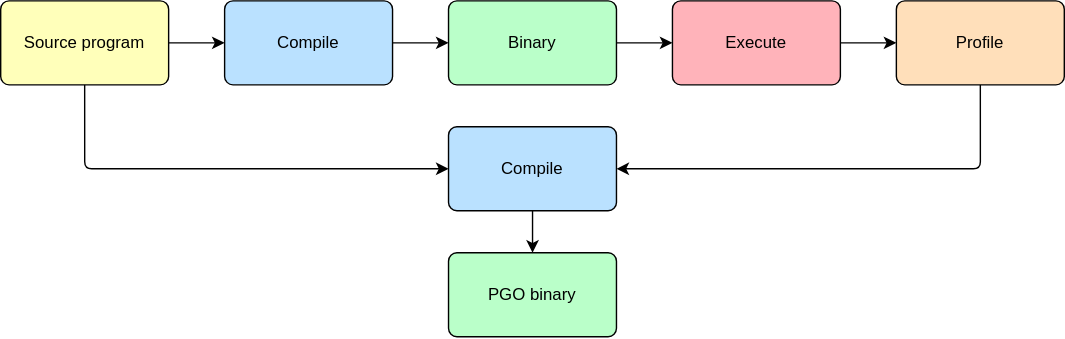
The draw.io diagram public/images/pgo/pgo7.svg in zBION1C/phd_presentation, before a commit. Source tidied: cells renumbered, new cells last; positions are measured from the earlier drawing's top-left corner, leaving out a move shared by most shapes. Its diagram source:
```xml
<mxGraphModel>
  <root>
    <mxCell id="0" />
    <mxCell id="1" parent="0" />
    <mxCell id="2" style="edgeStyle=orthogonalEdgeStyle;rounded=0;jettySize=auto;html=1;" parent="1" edge="1" source="4" target="6">
      <mxGeometry relative="1" as="geometry" />
    </mxCell>
    <mxCell id="3" style="edgeStyle=orthogonalEdgeStyle;rounded=1;jettySize=auto;html=1;exitX=0.5;exitY=1;exitDx=0;exitDy=0;entryX=0;entryY=0.5;entryDx=0;entryDy=0;strokeColor=default;align=center;verticalAlign=middle;arcSize=10;fontFamily=Helvetica;fontSize=12;fontColor=default;labelBackgroundColor=default;endArrow=classic;fillColor=#BAFFC9;" parent="1" edge="1" source="4" target="14">
      <mxGeometry relative="1" as="geometry" />
    </mxCell>
    <mxCell id="4" value="Source program" style="rounded=1;whiteSpace=wrap;html=1;arcSize=10;strokeColor=default;align=center;verticalAlign=middle;fontFamily=Helvetica;fontSize=12;fontColor=default;fillColor=#FFFFBA;fillOpacity=100;strokeOpacity=100;" parent="1" vertex="1">
      <mxGeometry width="120" height="60" as="geometry" />
    </mxCell>
    <mxCell id="5" style="edgeStyle=orthogonalEdgeStyle;rounded=0;jettySize=auto;html=1;" parent="1" edge="1" source="6" target="8">
      <mxGeometry relative="1" as="geometry" />
    </mxCell>
    <mxCell id="6" value="Compile" style="rounded=1;whiteSpace=wrap;html=1;arcSize=10;align=center;verticalAlign=middle;fontFamily=Helvetica;fontSize=12;fillOpacity=100;strokeOpacity=100;fillColor=#BAE1FF;" parent="1" vertex="1">
      <mxGeometry x="160" width="120" height="60" as="geometry" />
    </mxCell>
    <mxCell id="7" style="edgeStyle=orthogonalEdgeStyle;rounded=0;jettySize=auto;html=1;" parent="1" edge="1" source="8" target="10">
      <mxGeometry relative="1" as="geometry" />
    </mxCell>
    <mxCell id="8" value="Binary" style="rounded=1;whiteSpace=wrap;html=1;arcSize=10;strokeColor=default;align=center;verticalAlign=middle;fontFamily=Helvetica;fontSize=12;fontColor=default;fillColor=#BAFFC9;fillOpacity=100;strokeOpacity=100;" parent="1" vertex="1">
      <mxGeometry x="320" width="120" height="60" as="geometry" />
    </mxCell>
    <mxCell id="9" style="edgeStyle=orthogonalEdgeStyle;rounded=0;jettySize=auto;html=1;" parent="1" edge="1" source="10" target="12">
      <mxGeometry relative="1" as="geometry" />
    </mxCell>
    <mxCell id="10" value="Execute" style="rounded=1;whiteSpace=wrap;html=1;arcSize=10;strokeColor=default;align=center;verticalAlign=middle;fontFamily=Helvetica;fontSize=12;fontColor=default;fillColor=#FFB3BA;fillOpacity=100;strokeOpacity=100;" parent="1" vertex="1">
      <mxGeometry x="480" width="120" height="60" as="geometry" />
    </mxCell>
    <mxCell id="11" style="edgeStyle=orthogonalEdgeStyle;rounded=1;jettySize=auto;html=1;exitX=0.5;exitY=1;exitDx=0;exitDy=0;entryX=1;entryY=0.5;entryDx=0;entryDy=0;strokeColor=default;align=center;verticalAlign=middle;arcSize=10;fontFamily=Helvetica;fontSize=12;fontColor=default;fillColor=#BAFFC9;" parent="1" edge="1" source="12" target="14">
      <mxGeometry relative="1" as="geometry" />
    </mxCell>
    <mxCell id="12" value="Profile" style="rounded=1;whiteSpace=wrap;html=1;arcSize=10;strokeColor=default;align=center;verticalAlign=middle;fontFamily=Helvetica;fontSize=12;fontColor=default;fillColor=#FFDFBA;fillOpacity=100;strokeOpacity=100;" parent="1" vertex="1">
      <mxGeometry x="640" width="120" height="60" as="geometry" />
    </mxCell>
    <mxCell id="13" style="edgeStyle=orthogonalEdgeStyle;rounded=0;jettySize=auto;html=1;" parent="1" edge="1" source="14" target="15">
      <mxGeometry relative="1" as="geometry" />
    </mxCell>
    <mxCell id="14" value="Compile" style="rounded=1;whiteSpace=wrap;html=1;arcSize=10;strokeColor=default;align=center;verticalAlign=middle;fontFamily=Helvetica;fontSize=12;fontColor=default;fillColor=#BAE1FF;fillOpacity=100;strokeOpacity=100;" parent="1" vertex="1">
      <mxGeometry x="320" y="90" width="120" height="60" as="geometry" />
    </mxCell>
    <mxCell id="15" value="PGO binary" style="rounded=1;whiteSpace=wrap;html=1;arcSize=10;strokeColor=default;align=center;verticalAlign=middle;fontFamily=Helvetica;fontSize=12;fontColor=default;fillColor=#BAFFC9;fillOpacity=100;strokeOpacity=100;" parent="1" vertex="1">
      <mxGeometry x="320" y="180" width="120" height="60" as="geometry" />
    </mxCell>
  </root>
</mxGraphModel>
```
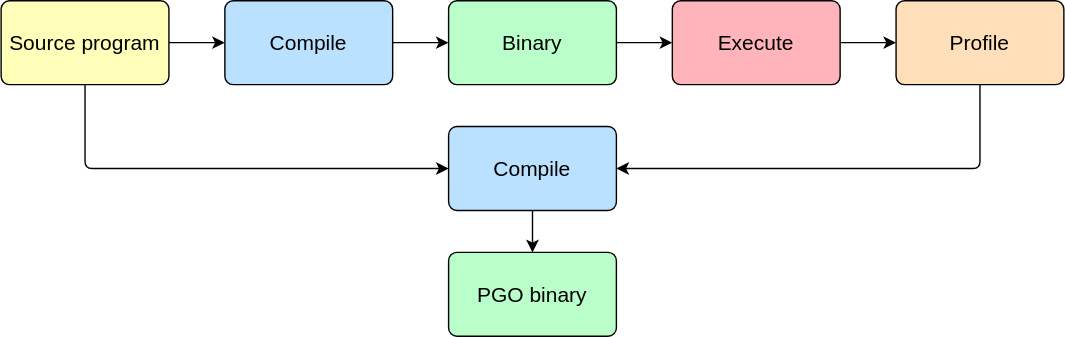
After the change.

Change to the diagram source:
```diff
@@ -2,46 +2,46 @@
   <root>
     <mxCell id="0" />
     <mxCell id="1" parent="0" />
-    <mxCell id="2" style="edgeStyle=orthogonalEdgeStyle;rounded=0;jettySize=auto;html=1;" parent="1" edge="1" source="4" target="6">
+    <mxCell id="2" style="edgeStyle=orthogonalEdgeStyle;rounded=0;jettySize=auto;html=1;fontSize=15;" parent="1" edge="1" source="4" target="6">
       <mxGeometry relative="1" as="geometry" />
     </mxCell>
-    <mxCell id="3" style="edgeStyle=orthogonalEdgeStyle;rounded=1;jettySize=auto;html=1;exitX=0.5;exitY=1;exitDx=0;exitDy=0;entryX=0;entryY=0.5;entryDx=0;entryDy=0;strokeColor=default;align=center;verticalAlign=middle;arcSize=10;fontFamily=Helvetica;fontSize=12;fontColor=default;labelBackgroundColor=default;endArrow=classic;fillColor=#BAFFC9;" parent="1" edge="1" source="4" target="14">
+    <mxCell id="3" style="edgeStyle=orthogonalEdgeStyle;rounded=1;jettySize=auto;html=1;exitX=0.5;exitY=1;exitDx=0;exitDy=0;entryX=0;entryY=0.5;entryDx=0;entryDy=0;strokeColor=default;align=center;verticalAlign=middle;arcSize=10;fontFamily=Helvetica;fontSize=15;fontColor=default;labelBackgroundColor=default;endArrow=classic;fillColor=#BAFFC9;" parent="1" edge="1" source="4" target="14">
       <mxGeometry relative="1" as="geometry" />
     </mxCell>
-    <mxCell id="4" value="Source program" style="rounded=1;whiteSpace=wrap;html=1;arcSize=10;strokeColor=default;align=center;verticalAlign=middle;fontFamily=Helvetica;fontSize=12;fontColor=default;fillColor=#FFFFBA;fillOpacity=100;strokeOpacity=100;" parent="1" vertex="1">
+    <mxCell id="4" value="Source program" style="rounded=1;whiteSpace=wrap;html=1;arcSize=10;strokeColor=default;align=center;verticalAlign=middle;fontFamily=Helvetica;fontSize=15;fontColor=default;fillColor=#FFFFBA;fillOpacity=100;strokeOpacity=100;" parent="1" vertex="1">
       <mxGeometry width="120" height="60" as="geometry" />
     </mxCell>
-    <mxCell id="5" style="edgeStyle=orthogonalEdgeStyle;rounded=0;jettySize=auto;html=1;" parent="1" edge="1" source="6" target="8">
+    <mxCell id="5" style="edgeStyle=orthogonalEdgeStyle;rounded=0;jettySize=auto;html=1;fontSize=15;" parent="1" edge="1" source="6" target="8">
       <mxGeometry relative="1" as="geometry" />
     </mxCell>
-    <mxCell id="6" value="Compile" style="rounded=1;whiteSpace=wrap;html=1;arcSize=10;align=center;verticalAlign=middle;fontFamily=Helvetica;fontSize=12;fillOpacity=100;strokeOpacity=100;fillColor=#BAE1FF;" parent="1" vertex="1">
+    <mxCell id="6" value="Compile" style="rounded=1;whiteSpace=wrap;html=1;arcSize=10;align=center;verticalAlign=middle;fontFamily=Helvetica;fontSize=15;fillOpacity=100;strokeOpacity=100;fillColor=#BAE1FF;" parent="1" vertex="1">
       <mxGeometry x="160" width="120" height="60" as="geometry" />
     </mxCell>
-    <mxCell id="7" style="edgeStyle=orthogonalEdgeStyle;rounded=0;jettySize=auto;html=1;" parent="1" edge="1" source="8" target="10">
+    <mxCell id="7" style="edgeStyle=orthogonalEdgeStyle;rounded=0;jettySize=auto;html=1;fontSize=15;" parent="1" edge="1" source="8" target="10">
       <mxGeometry relative="1" as="geometry" />
     </mxCell>
-    <mxCell id="8" value="Binary" style="rounded=1;whiteSpace=wrap;html=1;arcSize=10;strokeColor=default;align=center;verticalAlign=middle;fontFamily=Helvetica;fontSize=12;fontColor=default;fillColor=#BAFFC9;fillOpacity=100;strokeOpacity=100;" parent="1" vertex="1">
+    <mxCell id="8" value="Binary" style="rounded=1;whiteSpace=wrap;html=1;arcSize=10;strokeColor=default;align=center;verticalAlign=middle;fontFamily=Helvetica;fontSize=15;fontColor=default;fillColor=#BAFFC9;fillOpacity=100;strokeOpacity=100;" parent="1" vertex="1">
       <mxGeometry x="320" width="120" height="60" as="geometry" />
     </mxCell>
-    <mxCell id="9" style="edgeStyle=orthogonalEdgeStyle;rounded=0;jettySize=auto;html=1;" parent="1" edge="1" source="10" target="12">
+    <mxCell id="9" style="edgeStyle=orthogonalEdgeStyle;rounded=0;jettySize=auto;html=1;fontSize=15;" parent="1" edge="1" source="10" target="12">
       <mxGeometry relative="1" as="geometry" />
     </mxCell>
-    <mxCell id="10" value="Execute" style="rounded=1;whiteSpace=wrap;html=1;arcSize=10;strokeColor=default;align=center;verticalAlign=middle;fontFamily=Helvetica;fontSize=12;fontColor=default;fillColor=#FFB3BA;fillOpacity=100;strokeOpacity=100;" parent="1" vertex="1">
+    <mxCell id="10" value="Execute" style="rounded=1;whiteSpace=wrap;html=1;arcSize=10;strokeColor=default;align=center;verticalAlign=middle;fontFamily=Helvetica;fontSize=15;fontColor=default;fillColor=#FFB3BA;fillOpacity=100;strokeOpacity=100;" parent="1" vertex="1">
       <mxGeometry x="480" width="120" height="60" as="geometry" />
     </mxCell>
-    <mxCell id="11" style="edgeStyle=orthogonalEdgeStyle;rounded=1;jettySize=auto;html=1;exitX=0.5;exitY=1;exitDx=0;exitDy=0;entryX=1;entryY=0.5;entryDx=0;entryDy=0;strokeColor=default;align=center;verticalAlign=middle;arcSize=10;fontFamily=Helvetica;fontSize=12;fontColor=default;fillColor=#BAFFC9;" parent="1" edge="1" source="12" target="14">
+    <mxCell id="11" style="edgeStyle=orthogonalEdgeStyle;rounded=1;jettySize=auto;html=1;exitX=0.5;exitY=1;exitDx=0;exitDy=0;entryX=1;entryY=0.5;entryDx=0;entryDy=0;strokeColor=default;align=center;verticalAlign=middle;arcSize=10;fontFamily=Helvetica;fontSize=15;fontColor=default;fillColor=#BAFFC9;" parent="1" edge="1" source="12" target="14">
       <mxGeometry relative="1" as="geometry" />
     </mxCell>
-    <mxCell id="12" value="Profile" style="rounded=1;whiteSpace=wrap;html=1;arcSize=10;strokeColor=default;align=center;verticalAlign=middle;fontFamily=Helvetica;fontSize=12;fontColor=default;fillColor=#FFDFBA;fillOpacity=100;strokeOpacity=100;" parent="1" vertex="1">
+    <mxCell id="12" value="Profile" style="rounded=1;whiteSpace=wrap;html=1;arcSize=10;strokeColor=default;align=center;verticalAlign=middle;fontFamily=Helvetica;fontSize=15;fontColor=default;fillColor=#FFDFBA;fillOpacity=100;strokeOpacity=100;" parent="1" vertex="1">
       <mxGeometry x="640" width="120" height="60" as="geometry" />
     </mxCell>
-    <mxCell id="13" style="edgeStyle=orthogonalEdgeStyle;rounded=0;jettySize=auto;html=1;" parent="1" edge="1" source="14" target="15">
+    <mxCell id="13" style="edgeStyle=orthogonalEdgeStyle;rounded=0;jettySize=auto;html=1;fontSize=15;" parent="1" edge="1" source="14" target="15">
       <mxGeometry relative="1" as="geometry" />
     </mxCell>
-    <mxCell id="14" value="Compile" style="rounded=1;whiteSpace=wrap;html=1;arcSize=10;strokeColor=default;align=center;verticalAlign=middle;fontFamily=Helvetica;fontSize=12;fontColor=default;fillColor=#BAE1FF;fillOpacity=100;strokeOpacity=100;" parent="1" vertex="1">
+    <mxCell id="14" value="Compile" style="rounded=1;whiteSpace=wrap;html=1;arcSize=10;strokeColor=default;align=center;verticalAlign=middle;fontFamily=Helvetica;fontSize=15;fontColor=default;fillColor=#BAE1FF;fillOpacity=100;strokeOpacity=100;" parent="1" vertex="1">
       <mxGeometry x="320" y="90" width="120" height="60" as="geometry" />
     </mxCell>
-    <mxCell id="15" value="PGO binary" style="rounded=1;whiteSpace=wrap;html=1;arcSize=10;strokeColor=default;align=center;verticalAlign=middle;fontFamily=Helvetica;fontSize=12;fontColor=default;fillColor=#BAFFC9;fillOpacity=100;strokeOpacity=100;" parent="1" vertex="1">
+    <mxCell id="15" value="PGO binary" style="rounded=1;whiteSpace=wrap;html=1;arcSize=10;strokeColor=default;align=center;verticalAlign=middle;fontFamily=Helvetica;fontSize=15;fontColor=default;fillColor=#BAFFC9;fillOpacity=100;strokeOpacity=100;" parent="1" vertex="1">
       <mxGeometry x="320" y="180" width="120" height="60" as="geometry" />
     </mxCell>
   </root>
```
